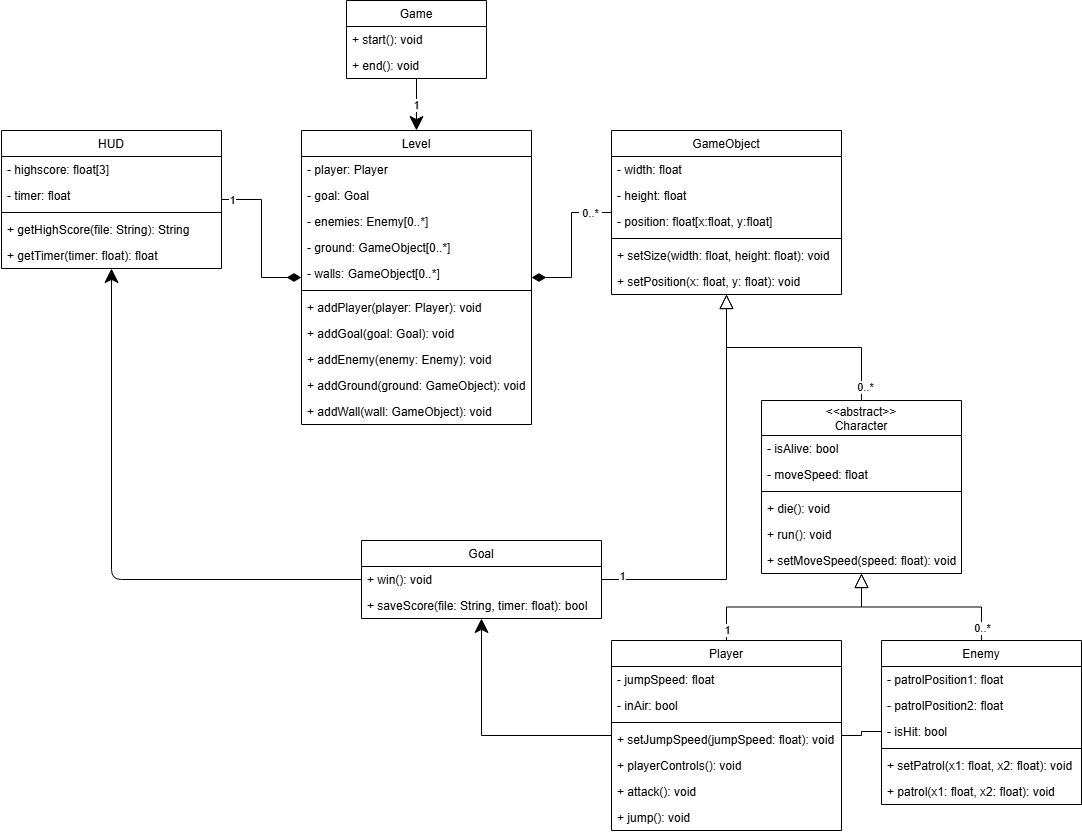
This is class-diagram.drawio.png from OscarLarm/sfml-platformer, a draw.io export, as it was before one commit. Source tidied: cells renumbered, new cells last; positions are measured from the earlier drawing's top-left corner, leaving out a move shared by most shapes.
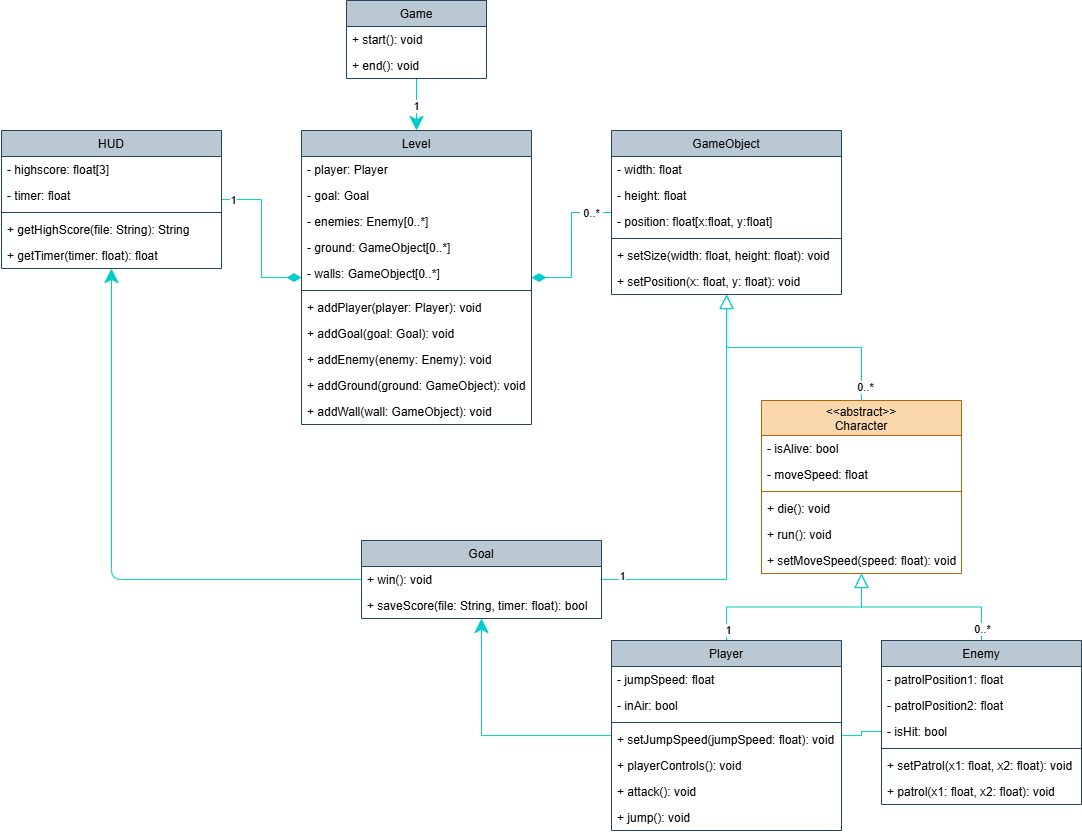
The same diagram one commit later.

Commit message:
Improve class-diagram readability

The edit, as a diff of the source:
```diff
@@ -1,8 +1,8 @@
-<mxGraphModel background="#FFFFFF">
+<mxGraphModel>
   <root>
     <mxCell id="0" />
     <mxCell id="1" parent="0" />
-    <mxCell id="2" style="edgeStyle=orthogonalEdgeStyle;html=1;rounded=0;strokeWidth=1;endSize=12;" parent="1" edge="1" source="4" target="7">
+    <mxCell id="2" style="edgeStyle=orthogonalEdgeStyle;html=1;rounded=0;strokeWidth=1;endSize=12;strokeColor=#00CCCC;" parent="1" edge="1" source="4" target="7">
       <mxGeometry relative="1" as="geometry" />
     </mxCell>
     <mxCell id="3" value="1" style="edgeLabel;html=1;align=center;verticalAlign=middle;" parent="2" vertex="1">
@@ -10,7 +10,7 @@
         <mxPoint x="-2" y="-2" as="offset" />
       </mxGeometry>
     </mxCell>
-    <mxCell id="4" value="Game" style="swimlane;fontStyle=0;horizontal=1;startSize=26;fillColor=none;" parent="1" vertex="1">
+    <mxCell id="4" value="Game" style="swimlane;fontStyle=0;horizontal=1;startSize=26;fillColor=#bac8d3;strokeColor=#23445d;" parent="1" vertex="1">
       <mxGeometry x="345" width="140" height="78" as="geometry" />
     </mxCell>
     <mxCell id="5" value="+ start(): void" style="text;strokeColor=none;fillColor=none;align=left;verticalAlign=top;spacingLeft=4;spacingRight=4;overflow=hidden;" parent="4" vertex="1">
@@ -19,7 +19,7 @@
     <mxCell id="6" value="+ end(): void" style="text;strokeColor=none;fillColor=none;align=left;verticalAlign=top;spacingLeft=4;spacingRight=4;overflow=hidden;" parent="4" vertex="1">
       <mxGeometry y="52" width="140" height="26" as="geometry" />
     </mxCell>
-    <mxCell id="7" value="Level" style="swimlane;fontStyle=0;horizontal=1;startSize=26;fillColor=none;" parent="1" vertex="1">
+    <mxCell id="7" value="Level" style="swimlane;fontStyle=0;horizontal=1;startSize=26;fillColor=#bac8d3;strokeColor=#23445d;" parent="1" vertex="1">
       <mxGeometry x="300" y="130" width="230" height="294" as="geometry" />
     </mxCell>
     <mxCell id="8" value="- player: Player" style="text;strokeColor=none;fillColor=none;align=left;verticalAlign=top;spacingLeft=4;spacingRight=4;overflow=hidden;strokeWidth=2;" parent="7" vertex="1">
@@ -55,7 +55,7 @@
     <mxCell id="18" value="+ addWall(wall: GameObject): void" style="text;strokeColor=none;fillColor=none;align=left;verticalAlign=top;spacingLeft=4;spacingRight=4;overflow=hidden;strokeWidth=2;" parent="7" vertex="1">
       <mxGeometry y="268" width="230" height="26" as="geometry" />
     </mxCell>
-    <mxCell id="19" style="edgeStyle=orthogonalEdgeStyle;rounded=0;html=1;strokeWidth=1;endArrow=diamondThin;endFill=1;endSize=12;" parent="1" edge="1" source="21" target="7">
+    <mxCell id="19" style="edgeStyle=orthogonalEdgeStyle;rounded=0;html=1;strokeWidth=1;endArrow=diamondThin;endFill=1;endSize=12;strokeColor=#00CCCC;" parent="1" edge="1" source="21" target="7">
       <mxGeometry relative="1" as="geometry" />
     </mxCell>
     <mxCell id="20" value="1" style="edgeLabel;html=1;align=center;verticalAlign=middle;" parent="19" vertex="1">
@@ -63,7 +63,7 @@
         <mxPoint x="2" as="offset" />
       </mxGeometry>
     </mxCell>
-    <mxCell id="21" value="HUD" style="swimlane;fontStyle=0;horizontal=1;startSize=26;fillColor=none;" parent="1" vertex="1">
+    <mxCell id="21" value="HUD" style="swimlane;fontStyle=0;horizontal=1;startSize=26;fillColor=#bac8d3;strokeColor=#23445d;" parent="1" vertex="1">
       <mxGeometry y="130" width="220" height="138" as="geometry" />
     </mxCell>
     <mxCell id="22" value="- highscore: float[3]" style="text;strokeColor=none;fillColor=none;align=left;verticalAlign=top;spacingLeft=4;spacingRight=4;overflow=hidden;strokeWidth=2;" parent="21" vertex="1">
@@ -81,7 +81,7 @@
     <mxCell id="26" value="+ getTimer(timer: float): float" style="text;strokeColor=none;fillColor=none;align=left;verticalAlign=top;spacingLeft=4;spacingRight=4;overflow=hidden;" parent="21" vertex="1">
       <mxGeometry y="112" width="220" height="26" as="geometry" />
     </mxCell>
-    <mxCell id="27" style="edgeStyle=orthogonalEdgeStyle;rounded=0;html=1;strokeWidth=1;endArrow=diamondThin;endFill=1;endSize=12;" parent="1" edge="1" source="29" target="7">
+    <mxCell id="27" style="edgeStyle=orthogonalEdgeStyle;rounded=0;html=1;strokeWidth=1;endArrow=diamondThin;endFill=1;endSize=12;strokeColor=#00CCCC;" parent="1" edge="1" source="29" target="7">
       <mxGeometry relative="1" as="geometry" />
     </mxCell>
     <mxCell id="28" value="&amp;nbsp;0..*&amp;nbsp;" style="edgeLabel;html=1;align=center;verticalAlign=middle;" parent="27" vertex="1">
@@ -89,7 +89,7 @@
         <mxPoint x="-5" as="offset" />
       </mxGeometry>
     </mxCell>
-    <mxCell id="29" value="GameObject" style="swimlane;fontStyle=0;horizontal=1;startSize=26;fillColor=none;" parent="1" vertex="1">
+    <mxCell id="29" value="GameObject" style="swimlane;fontStyle=0;horizontal=1;startSize=26;fillColor=#bac8d3;strokeColor=#23445d;" parent="1" vertex="1">
       <mxGeometry x="610" y="130" width="230" height="164" as="geometry" />
     </mxCell>
     <mxCell id="30" value="- width: float&#10;" style="text;strokeColor=none;fillColor=none;align=left;verticalAlign=top;spacingLeft=4;spacingRight=4;overflow=hidden;strokeWidth=2;" parent="29" vertex="1">
@@ -110,13 +110,13 @@
     <mxCell id="35" value="+ setPosition(x: float, y: float): void" style="text;strokeColor=none;fillColor=none;align=left;verticalAlign=top;spacingLeft=4;spacingRight=4;overflow=hidden;strokeWidth=2;" parent="29" vertex="1">
       <mxGeometry y="138" width="230" height="26" as="geometry" />
     </mxCell>
-    <mxCell id="36" style="edgeStyle=orthogonalEdgeStyle;rounded=0;html=1;strokeWidth=1;endArrow=block;endFill=0;endSize=12;" parent="1" edge="1" source="38" target="29">
+    <mxCell id="36" style="edgeStyle=orthogonalEdgeStyle;rounded=0;html=1;strokeWidth=1;endArrow=block;endFill=0;endSize=12;strokeColor=#00CCCC;" parent="1" edge="1" source="38" target="29">
       <mxGeometry relative="1" as="geometry" />
     </mxCell>
     <mxCell id="37" value="&amp;nbsp;0..*&amp;nbsp;" style="edgeLabel;html=1;align=center;verticalAlign=middle;" parent="36" vertex="1">
       <mxGeometry x="-0.89" y="-3" relative="1" as="geometry" />
     </mxCell>
-    <mxCell id="38" value="&lt;&lt;abstract&gt;&gt;&#10;Character" style="swimlane;fontStyle=0;horizontal=1;startSize=35;spacing=2;spacingTop=0;spacingBottom=0;align=center;fillColor=default;" parent="1" vertex="1">
+    <mxCell id="38" value="&lt;&lt;abstract&gt;&gt;&#10;Character" style="swimlane;fontStyle=0;horizontal=1;startSize=35;spacing=2;spacingTop=0;spacingBottom=0;align=center;fillColor=#fad7ac;strokeColor=#b46504;" parent="1" vertex="1">
       <mxGeometry x="760" y="400" width="200" height="173" as="geometry" />
     </mxCell>
     <mxCell id="39" value="- isAlive: bool" style="text;align=left;verticalAlign=top;spacingLeft=4;spacingRight=4;overflow=hidden;strokeWidth=2;" parent="38" vertex="1">
@@ -137,10 +137,10 @@
     <mxCell id="44" value="+ setMoveSpeed(speed: float): void" style="text;strokeColor=none;fillColor=none;align=left;verticalAlign=top;spacingLeft=4;spacingRight=4;overflow=hidden;strokeWidth=2;" parent="38" vertex="1">
       <mxGeometry y="147" width="200" height="26" as="geometry" />
     </mxCell>
-    <mxCell id="45" style="edgeStyle=orthogonalEdgeStyle;rounded=0;html=1;strokeWidth=1;endArrow=block;endFill=0;endSize=12;" parent="1" edge="1" source="48" target="38">
+    <mxCell id="45" style="edgeStyle=orthogonalEdgeStyle;rounded=0;html=1;strokeWidth=1;endArrow=block;endFill=0;endSize=12;strokeColor=#00CCCC;" parent="1" edge="1" source="48" target="38">
       <mxGeometry relative="1" as="geometry" />
     </mxCell>
-    <mxCell id="46" style="edgeStyle=orthogonalEdgeStyle;rounded=0;html=1;strokeWidth=1;endArrow=classic;endFill=1;endSize=12;" parent="1" edge="1" source="48" target="67">
+    <mxCell id="46" style="edgeStyle=orthogonalEdgeStyle;rounded=0;html=1;strokeWidth=1;endArrow=classic;endFill=1;endSize=12;strokeColor=#00CCCC;" parent="1" edge="1" source="48" target="67">
       <mxGeometry relative="1" as="geometry" />
     </mxCell>
     <mxCell id="47" value="1" style="edgeLabel;html=1;align=center;verticalAlign=middle;" parent="46" vertex="1">
@@ -148,7 +148,7 @@
         <mxPoint x="124" y="-106" as="offset" />
       </mxGeometry>
     </mxCell>
-    <mxCell id="48" value="Player" style="swimlane;fontStyle=0;horizontal=1;startSize=26;fillColor=none;" parent="1" vertex="1">
+    <mxCell id="48" value="Player" style="swimlane;fontStyle=0;horizontal=1;startSize=26;fillColor=#bac8d3;strokeColor=#23445d;" parent="1" vertex="1">
       <mxGeometry x="610" y="640" width="230" height="190" as="geometry" />
     </mxCell>
     <mxCell id="49" value="- jumpSpeed: float" style="text;strokeColor=none;fillColor=none;align=left;verticalAlign=top;spacingLeft=4;spacingRight=4;overflow=hidden;strokeWidth=2;" parent="48" vertex="1">
@@ -172,7 +172,7 @@
     <mxCell id="55" value="+ jump(): void" style="text;strokeColor=none;fillColor=none;align=left;verticalAlign=top;spacingLeft=4;spacingRight=4;overflow=hidden;strokeWidth=2;" parent="48" vertex="1">
       <mxGeometry y="164" width="230" height="26" as="geometry" />
     </mxCell>
-    <mxCell id="56" style="edgeStyle=orthogonalEdgeStyle;rounded=0;html=1;strokeWidth=1;endArrow=block;endFill=0;endSize=12;" parent="1" edge="1" source="58" target="38">
+    <mxCell id="56" style="edgeStyle=orthogonalEdgeStyle;rounded=0;html=1;strokeWidth=1;endArrow=block;endFill=0;endSize=12;strokeColor=#00CCCC;" parent="1" edge="1" source="58" target="38">
       <mxGeometry relative="1" as="geometry" />
     </mxCell>
     <mxCell id="57" value="&amp;nbsp;0..*&amp;nbsp;" style="edgeLabel;html=1;align=center;verticalAlign=middle;" parent="56" vertex="1">
@@ -180,7 +180,7 @@
         <mxPoint x="1" y="16" as="offset" />
       </mxGeometry>
     </mxCell>
-    <mxCell id="58" value="Enemy" style="swimlane;fontStyle=0;horizontal=1;startSize=26;fillColor=none;" parent="1" vertex="1">
+    <mxCell id="58" value="Enemy" style="swimlane;fontStyle=0;horizontal=1;startSize=26;fillColor=#bac8d3;strokeColor=#23445d;" parent="1" vertex="1">
       <mxGeometry x="880" y="640" width="200" height="164" as="geometry" />
     </mxCell>
     <mxCell id="59" value="- patrolPosition1: float" style="text;strokeColor=none;fillColor=none;align=left;verticalAlign=top;spacingLeft=4;spacingRight=4;overflow=hidden;strokeWidth=2;" parent="58" vertex="1">
@@ -201,7 +201,7 @@
     <mxCell id="64" value="+ patrol(x1: float, x2: float): void" style="text;strokeColor=none;fillColor=none;align=left;verticalAlign=top;spacingLeft=4;spacingRight=4;overflow=hidden;strokeWidth=2;" parent="58" vertex="1">
       <mxGeometry y="138" width="200" height="26" as="geometry" />
     </mxCell>
-    <mxCell id="65" style="edgeStyle=orthogonalEdgeStyle;rounded=0;html=1;strokeWidth=1;endArrow=block;endFill=0;endSize=12;" parent="1" edge="1" source="67" target="29">
+    <mxCell id="65" style="edgeStyle=orthogonalEdgeStyle;rounded=0;html=1;strokeWidth=1;endArrow=block;endFill=0;endSize=12;strokeColor=#00CCCC;" parent="1" edge="1" source="67" target="29">
       <mxGeometry relative="1" as="geometry" />
     </mxCell>
     <mxCell id="66" value="1" style="edgeLabel;html=1;align=center;verticalAlign=middle;" parent="65" vertex="1">
@@ -209,7 +209,7 @@
         <mxPoint y="-3" as="offset" />
       </mxGeometry>
     </mxCell>
-    <mxCell id="67" value="Goal" style="swimlane;fontStyle=0;horizontal=1;startSize=26;fillColor=none;" parent="1" vertex="1">
+    <mxCell id="67" value="Goal" style="swimlane;fontStyle=0;horizontal=1;startSize=26;fillColor=#bac8d3;strokeColor=#23445d;" parent="1" vertex="1">
       <mxGeometry x="360" y="540" width="240" height="78" as="geometry" />
     </mxCell>
     <mxCell id="68" value="+ win(): void" style="text;strokeColor=none;fillColor=none;align=left;verticalAlign=top;spacingLeft=4;spacingRight=4;overflow=hidden;points=[[0,0.5],[1,0.5]];portConstraint=eastwest;strokeWidth=2;" parent="67" vertex="1">
@@ -218,10 +218,10 @@
     <mxCell id="69" value="+ saveScore(file: String, timer: float): bool" style="text;strokeColor=none;fillColor=none;align=left;verticalAlign=top;spacingLeft=4;spacingRight=4;overflow=hidden;strokeWidth=2;" parent="67" vertex="1">
       <mxGeometry y="52" width="240" height="26" as="geometry" />
     </mxCell>
-    <mxCell id="70" style="edgeStyle=orthogonalEdgeStyle;html=1;fontSize=12;endArrow=none;endFill=0;rounded=0;" parent="1" edge="1" source="61" target="48">
+    <mxCell id="70" style="edgeStyle=orthogonalEdgeStyle;html=1;fontSize=12;endArrow=none;endFill=0;rounded=0;strokeColor=#00CCCC;" parent="1" edge="1" source="61" target="48">
       <mxGeometry relative="1" as="geometry" />
     </mxCell>
-    <mxCell id="71" style="edgeStyle=orthogonalEdgeStyle;html=1;endSize=12;" parent="1" edge="1" source="68" target="21">
+    <mxCell id="71" style="edgeStyle=orthogonalEdgeStyle;html=1;endSize=12;strokeColor=#00CCCC;" parent="1" edge="1" source="68" target="21">
       <mxGeometry relative="1" as="geometry" />
     </mxCell>
   </root>
```
